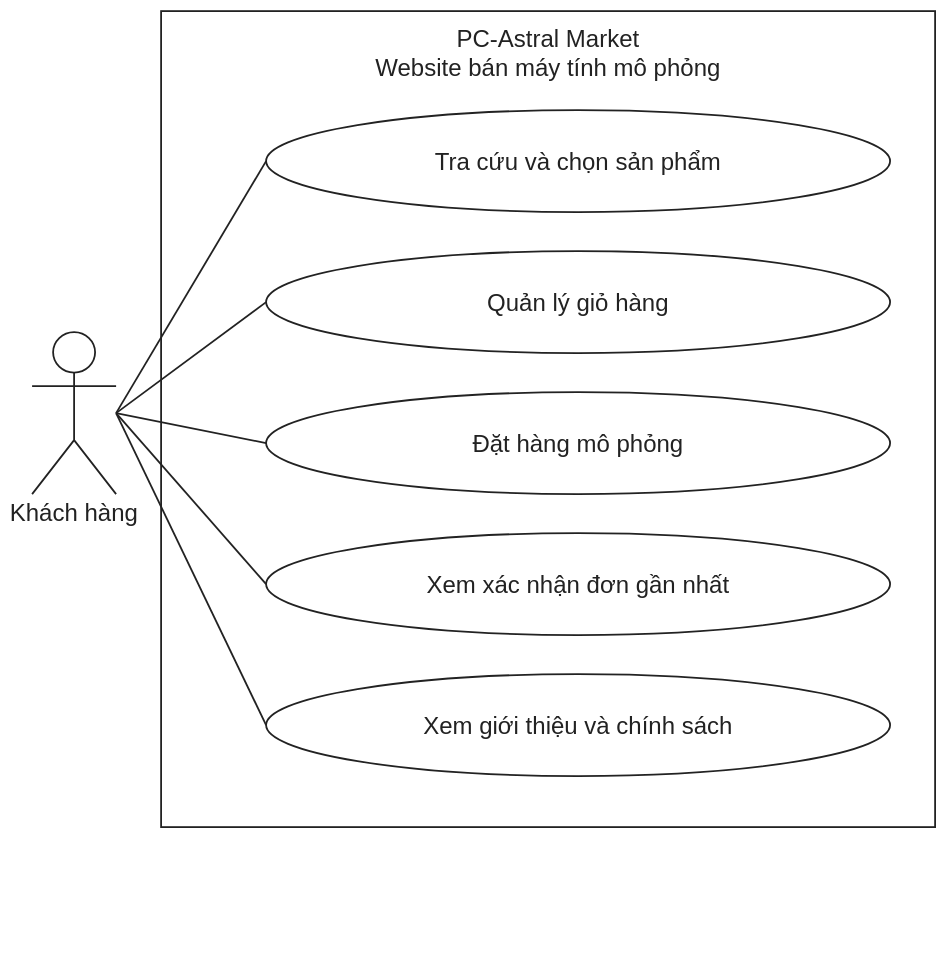
The draw.io diagram page "Tổng quan" (1 of 3) of docs/diagrams/usecases/PC-Astral-Market-UseCases.drawio in ngminhtamtech-cmd/Assignment-WEB1044, before the edit. Source tidied: cells renumbered, new cells numbered last; positions are measured from the earlier drawing's top-left corner, leaving out a move shared by most shapes. Both pictures are drawn from the tidied source at 60%, with x=0, y=0 at pixel (32, 11).
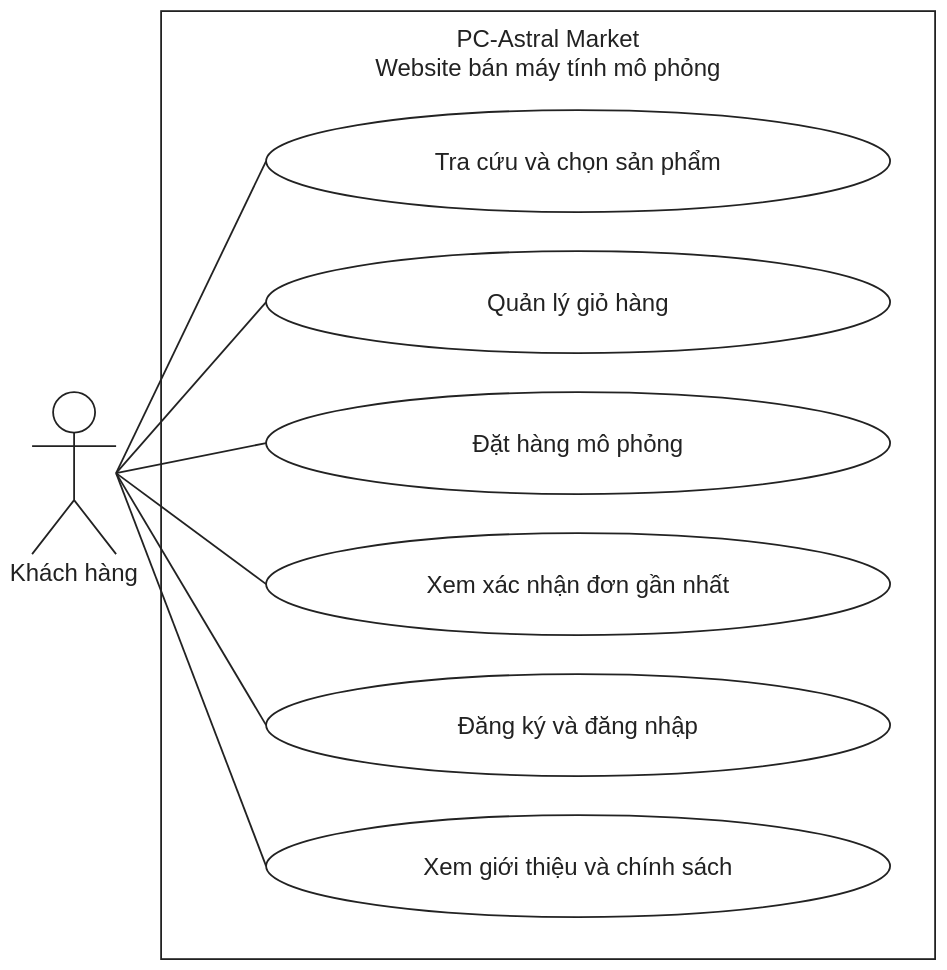
After the change.

Change to the diagram source:
```diff
@@
 <mxGraphModel>
   <root>
     <mxCell id="0" />
     <mxCell id="1" parent="0" />
     <mxCell id="2" value="PC-Astral Market&#10;Website bán máy tính mô phỏng" style="fontFamily=Arial;fontColor=#222222;strokeColor=#222222;strokeWidth=3;rounded=0;fillColor=none;verticalAlign=top;spacingTop=15;fontSize=40;whiteSpace=wrap;" parent="1" vertex="1">
-      <mxGeometry x="215" width="1290" height="1360" as="geometry" />
+      <mxGeometry x="215" width="1290" height="1580" as="geometry" />
     </mxCell>
     <mxCell id="3" value="Khách hàng" style="fontFamily=Arial;fontColor=#222222;strokeColor=#222222;strokeWidth=3;shape=umlActor;fillColor=#FFFFFF;fontSize=40;verticalLabelPosition=bottom;verticalAlign=top;" parent="1" vertex="1">
-      <mxGeometry y="535" width="140" height="270" as="geometry" />
+      <mxGeometry y="635" width="140" height="270" as="geometry" />
     </mxCell>
     <mxCell id="4" value="Tra cứu và chọn sản phẩm" style="fontFamily=Arial;fontColor=#222222;strokeColor=#222222;strokeWidth=3;ellipse;whiteSpace=wrap;fillColor=#FFFFFF;fontSize=40;" parent="1" vertex="1">
       <mxGeometry x="390" y="165" width="1040" height="170" as="geometry" />
     </mxCell>
     <mxCell id="5" value="Quản lý giỏ hàng" style="fontFamily=Arial;fontColor=#222222;strokeColor=#222222;strokeWidth=3;ellipse;whiteSpace=wrap;fillColor=#FFFFFF;fontSize=40;" parent="1" vertex="1">
       <mxGeometry x="390" y="400" width="1040" height="170" as="geometry" />
     </mxCell>
     <mxCell id="6" value="Đặt hàng mô phỏng" style="fontFamily=Arial;fontColor=#222222;strokeColor=#222222;strokeWidth=3;ellipse;whiteSpace=wrap;fillColor=#FFFFFF;fontSize=40;" parent="1" vertex="1">
       <mxGeometry x="390" y="635" width="1040" height="170" as="geometry" />
     </mxCell>
     <mxCell id="7" value="Xem xác nhận đơn gần nhất" style="fontFamily=Arial;fontColor=#222222;strokeColor=#222222;strokeWidth=3;ellipse;whiteSpace=wrap;fillColor=#FFFFFF;fontSize=40;" parent="1" vertex="1">
       <mxGeometry x="390" y="870" width="1040" height="170" as="geometry" />
     </mxCell>
-    <mxCell id="8" value="Xem giới thiệu và chính sách" style="fontFamily=Arial;fontColor=#222222;strokeColor=#222222;strokeWidth=3;ellipse;whiteSpace=wrap;fillColor=#FFFFFF;fontSize=40;" parent="1" vertex="1">
+    <mxCell id="8" value="Đăng ký và đăng nhập" style="fontFamily=Arial;fontColor=#222222;strokeColor=#222222;strokeWidth=3;ellipse;whiteSpace=wrap;fillColor=#FFFFFF;fontSize=40;" parent="1" vertex="1">
       <mxGeometry x="390" y="1105" width="1040" height="170" as="geometry" />
     </mxCell>
+    <mxCell id="14" value="Xem giới thiệu và chính sách" style="fontFamily=Arial;fontColor=#222222;strokeColor=#222222;strokeWidth=3;ellipse;whiteSpace=wrap;fillColor=#FFFFFF;fontSize=40;" parent="1" vertex="1">
+      <mxGeometry x="390" y="1340" width="1040" height="170" as="geometry" />
+    </mxCell>
     <mxCell id="9" style="fontFamily=Arial;fontColor=#222222;strokeColor=#222222;strokeWidth=3;edgeStyle=none;rounded=0;html=0;endArrow=none;exitX=1;exitY=0.5;exitPerimeter=0;entryX=0;entryY=0.5;entryPerimeter=0;" parent="1" edge="1" source="3" target="4">
       <mxGeometry relative="1" as="geometry" />
     </mxCell>
     <mxCell id="10" style="fontFamily=Arial;fontColor=#222222;strokeColor=#222222;strokeWidth=3;edgeStyle=none;rounded=0;html=0;endArrow=none;exitX=1;exitY=0.5;exitPerimeter=0;entryX=0;entryY=0.5;entryPerimeter=0;" parent="1" edge="1" source="3" target="5">
       <mxGeometry relative="1" as="geometry" />
     </mxCell>
     <mxCell id="11" style="fontFamily=Arial;fontColor=#222222;strokeColor=#222222;strokeWidth=3;edgeStyle=none;rounded=0;html=0;endArrow=none;exitX=1;exitY=0.5;exitPerimeter=0;entryX=0;entryY=0.5;entryPerimeter=0;" parent="1" edge="1" source="3" target="6">
       <mxGeometry relative="1" as="geometry" />
     </mxCell>
     <mxCell id="12" style="fontFamily=Arial;fontColor=#222222;strokeColor=#222222;strokeWidth=3;edgeStyle=none;rounded=0;html=0;endArrow=none;exitX=1;exitY=0.5;exitPerimeter=0;entryX=0;entryY=0.5;entryPerimeter=0;" parent="1" edge="1" source="3" target="7">
       <mxGeometry relative="1" as="geometry" />
     </mxCell>
     <mxCell id="13" style="fontFamily=Arial;fontColor=#222222;strokeColor=#222222;strokeWidth=3;edgeStyle=none;rounded=0;html=0;endArrow=none;exitX=1;exitY=0.5;exitPerimeter=0;entryX=0;entryY=0.5;entryPerimeter=0;" parent="1" edge="1" source="3" target="8">
       <mxGeometry relative="1" as="geometry" />
     </mxCell>
+    <mxCell id="15" style="fontFamily=Arial;fontColor=#222222;strokeColor=#222222;strokeWidth=3;edgeStyle=none;rounded=0;html=0;endArrow=none;exitX=1;exitY=0.5;exitPerimeter=0;entryX=0;entryY=0.5;entryPerimeter=0;" parent="1" edge="1" source="3" target="14">
+      <mxGeometry relative="1" as="geometry" />
+    </mxCell>
   </root>
 </mxGraphModel>
```
